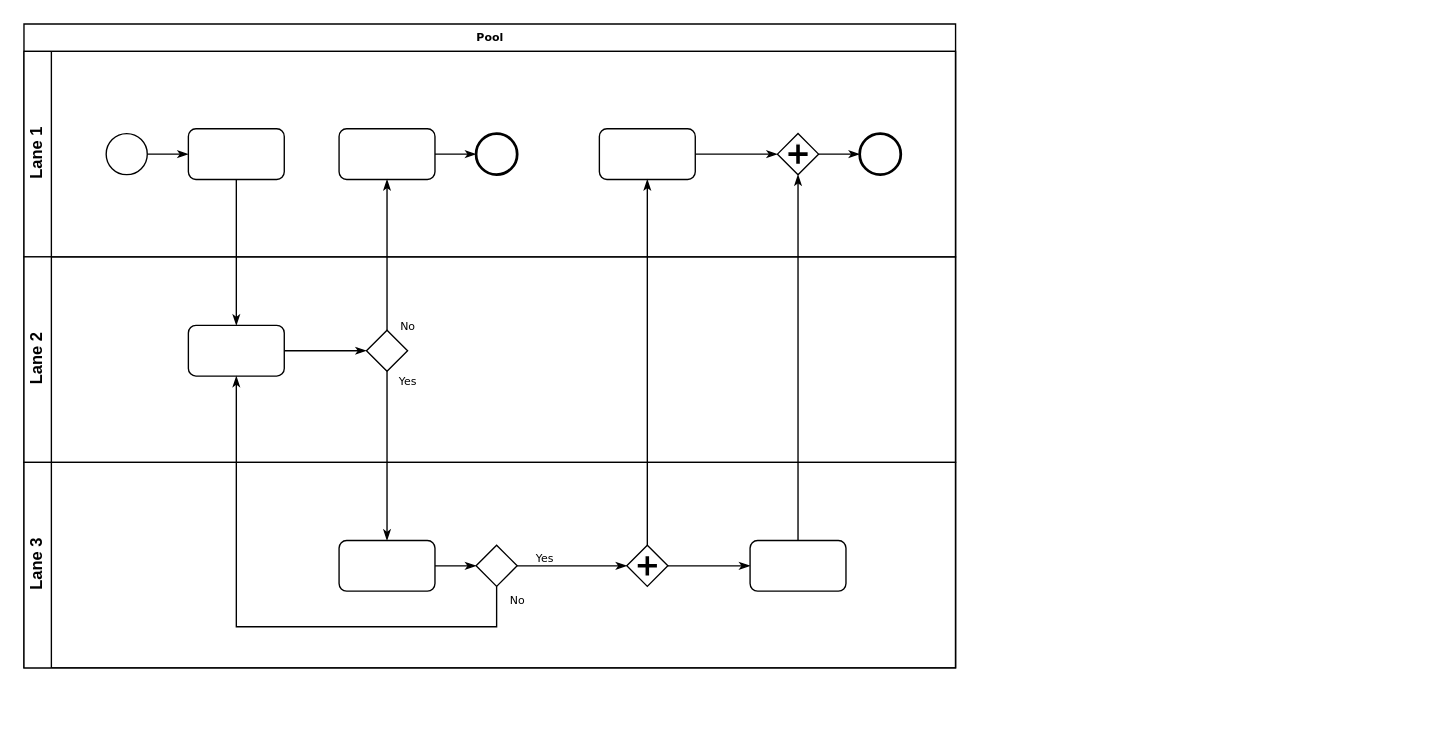
Before: Budget.drawio in nrichc365/diagrams, a draw.io diagram. Source tidied: cells renumbered, new cells numbered last; positions are measured from the earlier drawing's top-left corner, leaving out a move shared by most shapes. Both pictures are drawn from the tidied source at 137%, with x=0, y=0 at pixel (23, 23).
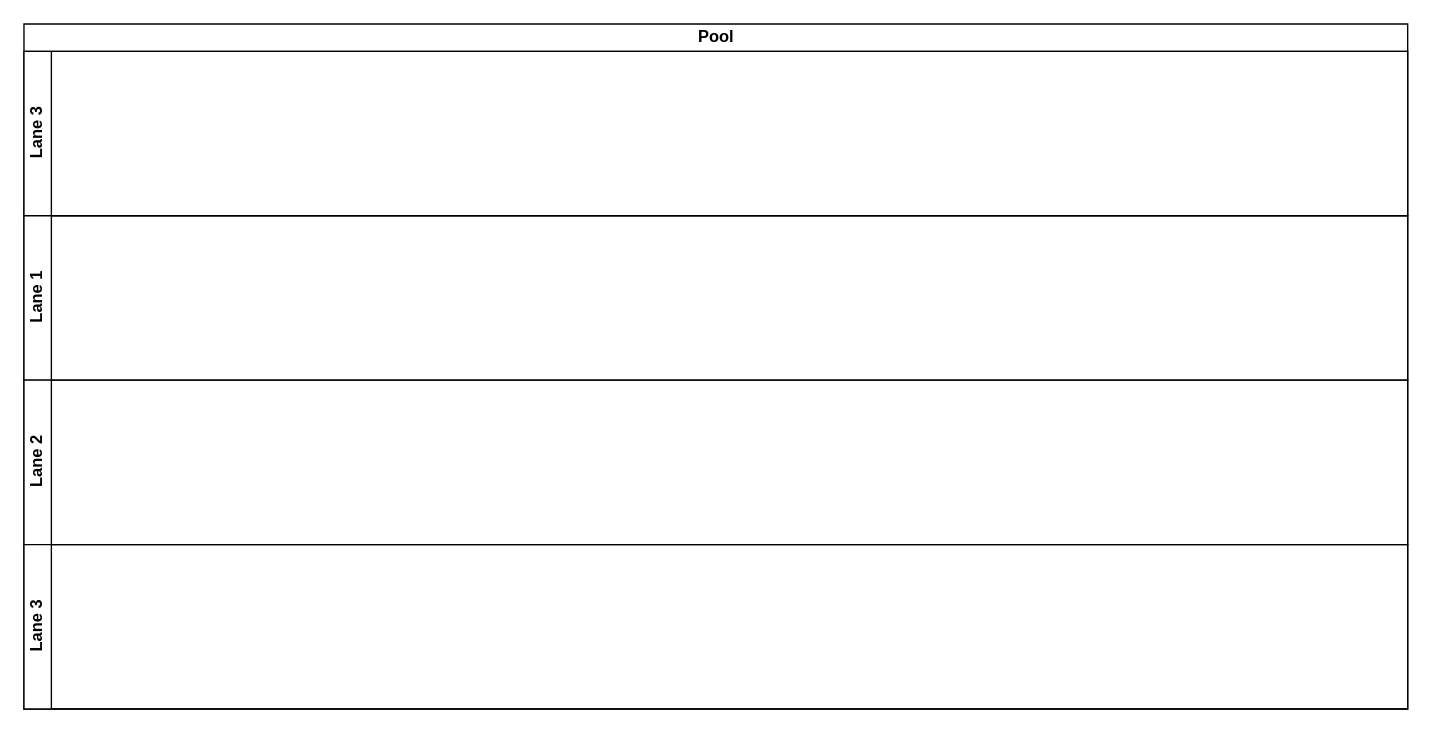
After the change.

What changed in the source:
```diff
@@
-    <mxCell id="2" value="Pool" style="swimlane;html=1;horizontal=1;startSize=20;rounded=0;shadow=0;labelBackgroundColor=none;strokeWidth=1;fontFamily=Verdana;fontSize=8;align=center;" parent="1" vertex="1">
-      <mxGeometry width="680" height="470" as="geometry" />
+    <mxCell id="2" value="Pool" style="swimlane;html=1;horizontal=1;startSize=20;rounded=0;shadow=0;glass=0;fillColor=#ffffff;gradientColor=none;" parent="1" vertex="1">
+      <mxGeometry width="1010" height="500" as="geometry" />
     </mxCell>
+    <mxCell id="33" value="Lane 3" style="swimlane;html=1;startSize=20;horizontal=0;" parent="2" vertex="1">
+      <mxGeometry y="20" width="1010" height="120" as="geometry" />
+    </mxCell>
     <mxCell id="3" value="Lane 1" style="swimlane;html=1;startSize=20;horizontal=0;" parent="2" vertex="1">
-      <mxGeometry y="20" width="680" height="150" as="geometry" />
+      <mxGeometry y="140" width="1010" height="120" as="geometry" />
     </mxCell>
-    <mxCell id="4" style="edgeStyle=orthogonalEdgeStyle;rounded=0;html=1;labelBackgroundColor=none;startArrow=none;startFill=0;startSize=5;endArrow=classicThin;endFill=1;endSize=5;jettySize=auto;strokeWidth=1;fontFamily=Verdana;fontSize=8;" parent="3" edge="1" source="5" target="6">
-      <mxGeometry relative="1" as="geometry" />
-    </mxCell>
-    <mxCell id="5" style="ellipse;whiteSpace=wrap;html=1;rounded=0;shadow=0;labelBackgroundColor=none;strokeWidth=1;fontFamily=Verdana;fontSize=8;align=center;" parent="3" vertex="1">
-      <mxGeometry x="60" y="60" width="30" height="30" as="geometry" />
-    </mxCell>
-    <mxCell id="6" style="rounded=1;whiteSpace=wrap;html=1;shadow=0;labelBackgroundColor=none;strokeWidth=1;fontFamily=Verdana;fontSize=8;align=center;" parent="3" vertex="1">
-      <mxGeometry x="120" y="56.5" width="70" height="37" as="geometry" />
-    </mxCell>
-    <mxCell id="7" style="edgeStyle=orthogonalEdgeStyle;rounded=0;html=1;labelBackgroundColor=none;startArrow=none;startFill=0;startSize=5;endArrow=classicThin;endFill=1;endSize=5;jettySize=auto;strokeWidth=1;fontFamily=Verdana;fontSize=8;" parent="3" edge="1" source="8" target="9">
-      <mxGeometry relative="1" as="geometry" />
-    </mxCell>
-    <mxCell id="8" style="rounded=1;whiteSpace=wrap;html=1;shadow=0;labelBackgroundColor=none;strokeWidth=1;fontFamily=Verdana;fontSize=8;align=center;" parent="3" vertex="1">
-      <mxGeometry x="230" y="56.5" width="70" height="37" as="geometry" />
-    </mxCell>
-    <mxCell id="9" style="ellipse;whiteSpace=wrap;html=1;rounded=0;shadow=0;labelBackgroundColor=none;strokeWidth=2;fontFamily=Verdana;fontSize=8;align=center;" parent="3" vertex="1">
-      <mxGeometry x="330" y="60" width="30" height="30" as="geometry" />
-    </mxCell>
-    <mxCell id="10" style="edgeStyle=orthogonalEdgeStyle;rounded=0;html=1;entryX=0;entryY=0.5;labelBackgroundColor=none;startArrow=none;startFill=0;startSize=5;endArrow=classicThin;endFill=1;endSize=5;jettySize=auto;strokeWidth=1;fontFamily=Verdana;fontSize=8;" parent="3" edge="1" source="11" target="13">
-      <mxGeometry relative="1" as="geometry" />
-    </mxCell>
-    <mxCell id="11" style="rounded=1;whiteSpace=wrap;html=1;shadow=0;labelBackgroundColor=none;strokeWidth=1;fontFamily=Verdana;fontSize=8;align=center;" parent="3" vertex="1">
-      <mxGeometry x="420" y="56.5" width="70" height="37" as="geometry" />
-    </mxCell>
-    <mxCell id="12" style="edgeStyle=orthogonalEdgeStyle;rounded=0;html=1;labelBackgroundColor=none;startArrow=none;startFill=0;startSize=5;endArrow=classicThin;endFill=1;endSize=5;jettySize=auto;strokeWidth=1;fontFamily=Verdana;fontSize=8;" parent="3" edge="1" source="13" target="14">
-      <mxGeometry relative="1" as="geometry" />
-    </mxCell>
-    <mxCell id="13" style="shape=mxgraph.bpmn.shape;html=1;verticalLabelPosition=bottom;labelBackgroundColor=#ffffff;verticalAlign=top;perimeter=rhombusPerimeter;background=gateway;outline=none;symbol=parallelGw;rounded=1;shadow=0;strokeWidth=1;fontFamily=Verdana;fontSize=8;align=center;" parent="3" vertex="1">
-      <mxGeometry x="550" y="60" width="30" height="30" as="geometry" />
-    </mxCell>
-    <mxCell id="14" style="ellipse;whiteSpace=wrap;html=1;rounded=0;shadow=0;labelBackgroundColor=none;strokeWidth=2;fontFamily=Verdana;fontSize=8;align=center;" parent="3" vertex="1">
-      <mxGeometry x="610" y="60" width="30" height="30" as="geometry" />
-    </mxCell>
     <mxCell id="15" value="Lane 2" style="swimlane;html=1;startSize=20;horizontal=0;" parent="2" vertex="1">
-      <mxGeometry y="170" width="680" height="150" as="geometry" />
+      <mxGeometry y="260" width="1010" height="120" as="geometry" />
     </mxCell>
-    <mxCell id="16" style="edgeStyle=orthogonalEdgeStyle;rounded=0;html=1;labelBackgroundColor=none;startArrow=none;startFill=0;startSize=5;endArrow=classicThin;endFill=1;endSize=5;jettySize=auto;strokeWidth=1;fontFamily=Verdana;fontSize=8;" parent="15" edge="1" source="17" target="18">
-      <mxGeometry relative="1" as="geometry" />
-    </mxCell>
-    <mxCell id="17" style="rounded=1;whiteSpace=wrap;html=1;shadow=0;labelBackgroundColor=none;strokeWidth=1;fontFamily=Verdana;fontSize=8;align=center;" parent="15" vertex="1">
-      <mxGeometry x="120" y="50" width="70" height="37" as="geometry" />
-    </mxCell>
-    <mxCell id="18" style="strokeWidth=1;html=1;shape=mxgraph.flowchart.decision;whiteSpace=wrap;rounded=1;shadow=0;labelBackgroundColor=none;fontFamily=Verdana;fontSize=8;align=center;" parent="15" vertex="1">
-      <mxGeometry x="250" y="53.5" width="30" height="30" as="geometry" />
-    </mxCell>
-    <mxCell id="19" value="Lane 3" style="swimlane;html=1;startSize=20;horizontal=0;" parent="2" vertex="1">
-      <mxGeometry y="320" width="680" height="150" as="geometry" />
-    </mxCell>
-    <mxCell id="20" style="edgeStyle=orthogonalEdgeStyle;rounded=0;html=1;labelBackgroundColor=none;startArrow=none;startFill=0;startSize=5;endArrow=classicThin;endFill=1;endSize=5;jettySize=auto;strokeWidth=1;fontFamily=Verdana;fontSize=8;" parent="19" edge="1" source="21" target="23">
-      <mxGeometry relative="1" as="geometry" />
-    </mxCell>
-    <mxCell id="21" style="rounded=1;whiteSpace=wrap;html=1;shadow=0;labelBackgroundColor=none;strokeWidth=1;fontFamily=Verdana;fontSize=8;align=center;" parent="19" vertex="1">
-      <mxGeometry x="230" y="57" width="70" height="37" as="geometry" />
-    </mxCell>
-    <mxCell id="22" value="Yes" style="edgeStyle=orthogonalEdgeStyle;rounded=0;html=1;entryX=0;entryY=0.5;labelBackgroundColor=none;startArrow=none;startFill=0;startSize=5;endArrow=classicThin;endFill=1;endSize=5;jettySize=auto;strokeWidth=1;fontFamily=Verdana;fontSize=8;" parent="19" edge="1" source="23" target="25">
-      <mxGeometry x="-0.5" y="6" relative="1" as="geometry" />
-    </mxCell>
-    <mxCell id="23" style="strokeWidth=1;html=1;shape=mxgraph.flowchart.decision;whiteSpace=wrap;rounded=1;shadow=0;labelBackgroundColor=none;fontFamily=Verdana;fontSize=8;align=center;" parent="19" vertex="1">
-      <mxGeometry x="330" y="60.5" width="30" height="30" as="geometry" />
-    </mxCell>
-    <mxCell id="24" style="edgeStyle=orthogonalEdgeStyle;rounded=0;html=1;labelBackgroundColor=none;startArrow=none;startFill=0;startSize=5;endArrow=classicThin;endFill=1;endSize=5;jettySize=auto;strokeColor=#000000;strokeWidth=1;fontFamily=Verdana;fontSize=8;fontColor=#000000;" parent="19" edge="1" source="25" target="26">
-      <mxGeometry relative="1" as="geometry" />
-    </mxCell>
-    <mxCell id="25" style="shape=mxgraph.bpmn.shape;html=1;verticalLabelPosition=bottom;labelBackgroundColor=#ffffff;verticalAlign=top;perimeter=rhombusPerimeter;background=gateway;outline=none;symbol=parallelGw;rounded=1;shadow=0;strokeWidth=1;fontFamily=Verdana;fontSize=8;align=center;" parent="19" vertex="1">
-      <mxGeometry x="440" y="60.5" width="30" height="30" as="geometry" />
-    </mxCell>
-    <mxCell id="26" style="rounded=1;whiteSpace=wrap;html=1;shadow=0;labelBackgroundColor=none;strokeWidth=1;fontFamily=Verdana;fontSize=8;align=center;" parent="19" vertex="1">
-      <mxGeometry x="530" y="57" width="70" height="37" as="geometry" />
-    </mxCell>
-    <mxCell id="27" style="edgeStyle=orthogonalEdgeStyle;rounded=0;html=1;labelBackgroundColor=none;startArrow=none;startFill=0;startSize=5;endArrow=classicThin;endFill=1;endSize=5;jettySize=auto;strokeWidth=1;fontFamily=Verdana;fontSize=8;" parent="2" edge="1" source="6" target="17">
-      <mxGeometry relative="1" as="geometry" />
-    </mxCell>
-    <mxCell id="28" value="No" style="edgeStyle=orthogonalEdgeStyle;rounded=0;html=1;labelBackgroundColor=none;startArrow=none;startFill=0;startSize=5;endArrow=classicThin;endFill=1;endSize=5;jettySize=auto;strokeWidth=1;fontFamily=Verdana;fontSize=8;" parent="2" edge="1" source="18" target="8">
-      <mxGeometry x="-0.94" y="-15" relative="1" as="geometry" />
-    </mxCell>
-    <mxCell id="29" value="Yes" style="edgeStyle=orthogonalEdgeStyle;rounded=0;html=1;labelBackgroundColor=none;startArrow=none;startFill=0;startSize=5;endArrow=classicThin;endFill=1;endSize=5;jettySize=auto;strokeWidth=1;fontFamily=Verdana;fontSize=8;" parent="2" edge="1" source="18" target="21">
-      <mxGeometry x="-0.89" y="15" relative="1" as="geometry" />
-    </mxCell>
-    <mxCell id="30" style="edgeStyle=orthogonalEdgeStyle;rounded=0;html=1;entryX=0.5;entryY=1;labelBackgroundColor=none;startArrow=none;startFill=0;startSize=5;endArrow=classicThin;endFill=1;endSize=5;jettySize=auto;strokeWidth=1;fontFamily=Verdana;fontSize=8;" parent="2" edge="1" source="26" target="13">
-      <mxGeometry relative="1" as="geometry" />
-    </mxCell>
-    <mxCell id="31" value="No" style="edgeStyle=orthogonalEdgeStyle;rounded=0;html=1;labelBackgroundColor=none;startArrow=none;startFill=0;startSize=5;endArrow=classicThin;endFill=1;endSize=5;jettySize=auto;strokeWidth=1;fontFamily=Verdana;fontSize=8;" parent="2" edge="1" source="23" target="17">
-      <mxGeometry x="-0.95" y="15" relative="1" as="geometry">
-        <Array as="points">
-          <mxPoint x="345" y="440" />
-          <mxPoint x="155" y="440" />
-        </Array>
-      </mxGeometry>
-    </mxCell>
-    <mxCell id="32" style="edgeStyle=orthogonalEdgeStyle;rounded=0;html=1;labelBackgroundColor=none;startArrow=none;startFill=0;startSize=5;endArrow=classicThin;endFill=1;endSize=5;jettySize=auto;strokeWidth=1;fontFamily=Verdana;fontSize=8;" parent="2" edge="1" source="25" target="11">
-      <mxGeometry relative="1" as="geometry" />
-    </mxCell>
+    <mxCell id="34" value="Lane 3" style="swimlane;html=1;startSize=20;horizontal=0;" parent="2" vertex="1">
+      <mxGeometry y="380" width="1010" height="120" as="geometry" />
+    </mxCell>
```
